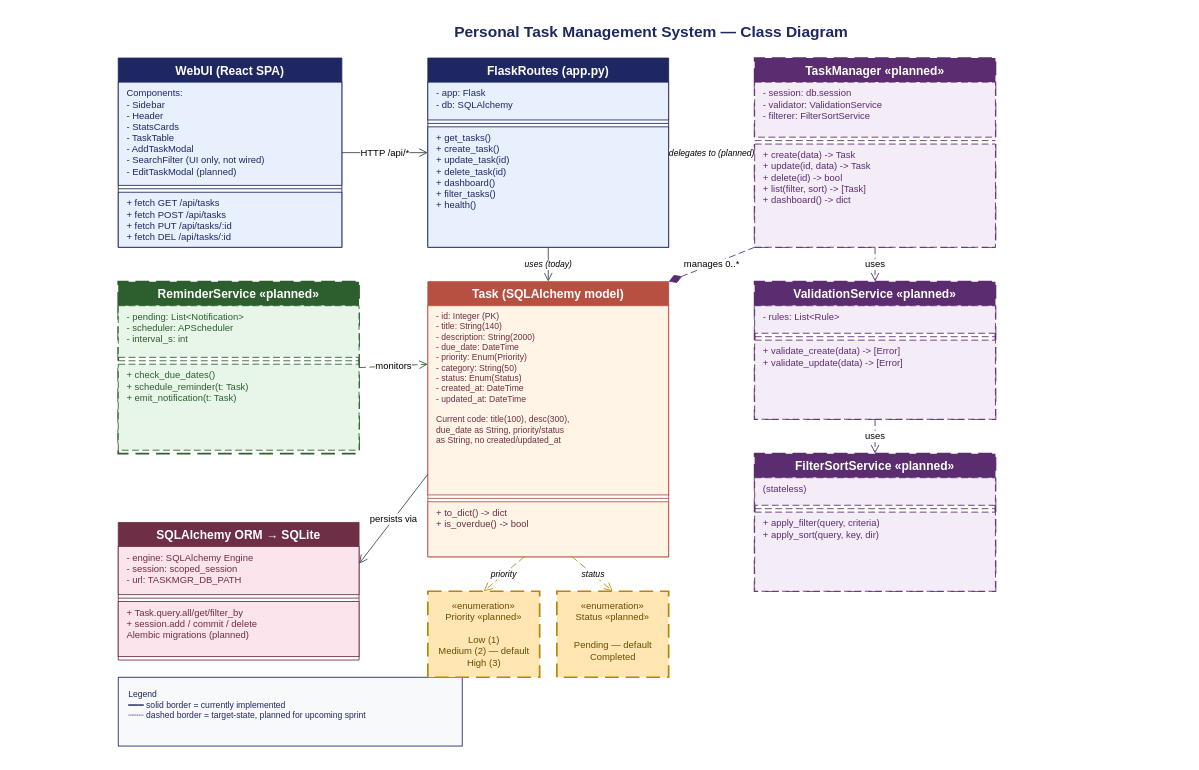
Before: docs/Class_Diagram.drawio in Schadre/Personal-Task-Manager, a draw.io diagram. Source tidied: cells renumbered, new cells numbered last; positions are measured from the earlier drawing's top-left corner, leaving out a move shared by most shapes. Both pictures are drawn from the tidied source at 86%, with x=0, y=0 at pixel (118, 15).
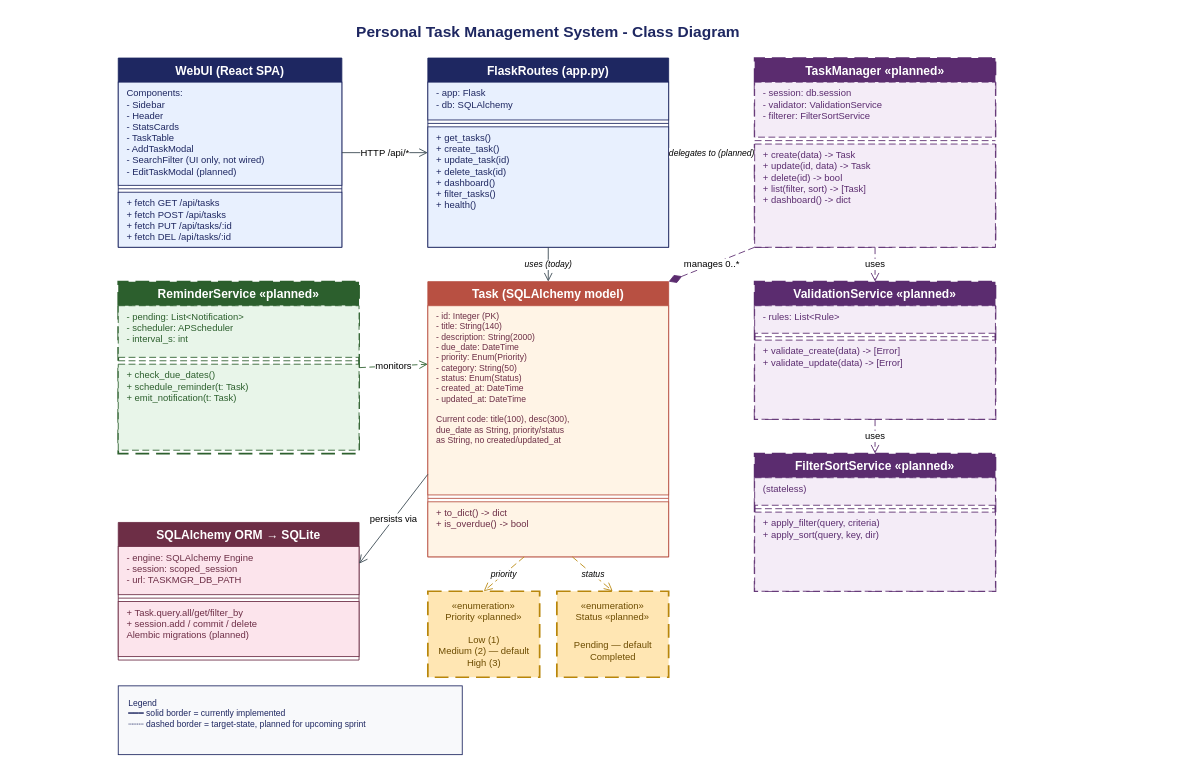
The same diagram, later.

The edit, as a diff of the source:
```diff
@@
-    <mxCell id="2" value="Personal Task Management System — Class Diagram" style="text;html=1;strokeColor=none;fillColor=none;align=center;verticalAlign=middle;whiteSpace=wrap;rounded=0;fontSize=18;fontStyle=1;fontColor=#1E2761;" parent="1" vertex="1">
-      <mxGeometry width="1240" height="40" as="geometry" />
+    <mxCell id="2" value="Personal Task Management System - Class Diagram" style="text;html=1;strokeColor=none;fillColor=none;align=center;verticalAlign=middle;whiteSpace=wrap;rounded=0;fontSize=18;fontStyle=1;fontColor=#1E2761;" parent="1" vertex="1">
+      <mxGeometry x="-120" width="1240" height="40" as="geometry" />
     </mxCell>
     <mxCell id="3" value="Legend&#10;━━━ solid border = currently implemented&#10;┄┄┄ dashed border = target-state, planned for upcoming sprint" style="text;html=1;strokeColor=#1E2761;fillColor=#F8F9FB;align=left;verticalAlign=top;spacingLeft=10;spacingTop=8;fontSize=10;fontColor=#1E2761;" parent="1" vertex="1">
-      <mxGeometry y="770" width="400" height="80" as="geometry" />
+      <mxGeometry y="780" width="400" height="80" as="geometry" />
     </mxCell>
```
